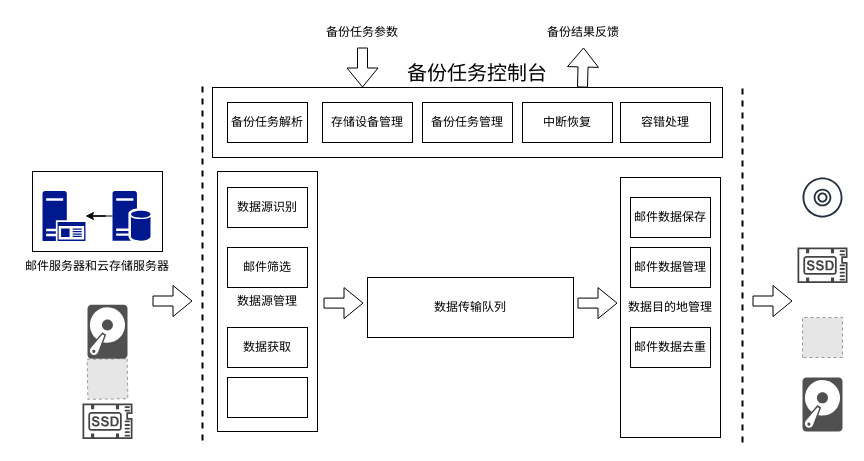
Earlier version of the draw.io diagram page "第 1 页" (1 of 2) of 第三章关键问题.drawio (GreenTee-color/Documents). Source tidied: cells renumbered, new cells numbered last; positions are measured from the earlier drawing's top-left corner, leaving out a move shared by most shapes. Both pictures are drawn from the tidied source at 100%, with x=0, y=0 at pixel (17, 17). Pictures stored in the file or linked from it are replaced by grey dashed boxes.
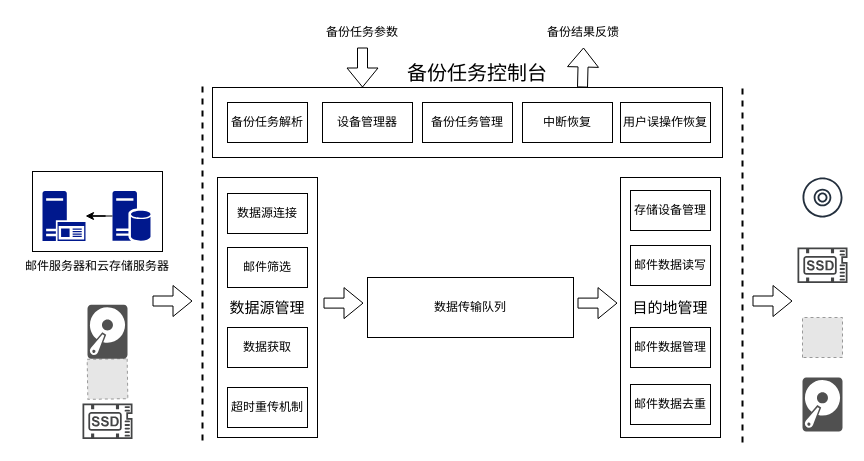
The same diagram, later.

Commit message (it also covers changes not shown here):
更新第三章关键问题.drawio

Unchanged cells that the change refers to:
```xml
<mxCell id="16" style="group;" parent="1" vertex="1">
  <mxGeometry x="603" y="160" width="100" height="260" as="geometry" />
</mxCell>
```

The edit, as a diff of the source:
```diff
@@
-    <mxCell id="17" value="数据目的地管理" style="rounded=0;whiteSpace=wrap;html=1;" parent="16" vertex="1">
+    <mxCell id="17" value="&lt;font style=&quot;font-size: 15px;&quot;&gt;目的地管理&lt;/font&gt;" style="rounded=0;whiteSpace=wrap;html=1;" parent="16" vertex="1">
       <mxGeometry width="100" height="260" as="geometry" />
     </mxCell>
-    <mxCell id="18" value="邮件数据保存" style="rounded=0;whiteSpace=wrap;html=1;" parent="16" vertex="1">
-      <mxGeometry x="10" y="20" width="80" height="40" as="geometry" />
+    <mxCell id="18" value="邮件数据读写" style="rounded=0;whiteSpace=wrap;html=1;" parent="16" vertex="1">
+      <mxGeometry x="10" y="68" width="80" height="40" as="geometry" />
     </mxCell>
     <mxCell id="19" value="邮件数据管理" style="rounded=0;whiteSpace=wrap;html=1;" parent="16" vertex="1">
-      <mxGeometry x="10" y="70" width="80" height="40" as="geometry" />
+      <mxGeometry x="10" y="150" width="80" height="40" as="geometry" />
     </mxCell>
     <mxCell id="20" value="邮件数据去重" style="rounded=0;whiteSpace=wrap;html=1;" parent="16" vertex="1">
-      <mxGeometry x="10" y="150" width="80" height="40" as="geometry" />
+      <mxGeometry x="10" y="207" width="80" height="40" as="geometry" />
     </mxCell>
+    <mxCell id="49" value="存储设备管理" style="rounded=0;whiteSpace=wrap;html=1;" parent="16" vertex="1">
+      <mxGeometry x="10" y="13" width="80" height="40" as="geometry" />
+    </mxCell>
     <mxCell id="21" style="group;" parent="1" vertex="1">
-      <mxGeometry x="200" y="154" width="100" height="260" as="geometry" />
+      <mxGeometry x="200" y="160" width="100" height="260" as="geometry" />
     </mxCell>
-    <mxCell id="22" value="数据源管理" style="rounded=0;whiteSpace=wrap;html=1;" parent="21" vertex="1">
+    <mxCell id="22" value="&lt;font style=&quot;font-size: 15px;&quot;&gt;数据源管理&lt;/font&gt;" style="rounded=0;whiteSpace=wrap;html=1;" parent="21" vertex="1">
       <mxGeometry width="100" height="260" as="geometry" />
     </mxCell>
     <mxCell id="23" value="数据获取" style="rounded=0;whiteSpace=wrap;html=1;" parent="21" vertex="1">
-      <mxGeometry x="10" y="156" width="80" height="40" as="geometry" />
+      <mxGeometry x="10" y="150" width="80" height="40" as="geometry" />
     </mxCell>
     <mxCell id="24" value="邮件筛选" style="rounded=0;whiteSpace=wrap;html=1;" parent="21" vertex="1">
-      <mxGeometry x="10" y="76" width="80" height="40" as="geometry" />
+      <mxGeometry x="10" y="70" width="80" height="40" as="geometry" />
     </mxCell>
-    <mxCell id="25" style="rounded=0;whiteSpace=wrap;html=1;" parent="21" vertex="1">
-      <mxGeometry x="10" y="206" width="80" height="40" as="geometry" />
-    </mxCell>
-    <mxCell id="26" value="数据源识别" style="rounded=0;whiteSpace=wrap;html=1;" parent="21" vertex="1">
+    <mxCell id="26" value="数据源连接" style="rounded=0;whiteSpace=wrap;html=1;" parent="21" vertex="1">
       <mxGeometry x="10" y="16" width="80" height="40" as="geometry" />
     </mxCell>
+    <mxCell id="50" value="超时重传机制" style="rounded=0;whiteSpace=wrap;html=1;" parent="21" vertex="1">
+      <mxGeometry x="10" y="210" width="80" height="40" as="geometry" />
+    </mxCell>
@@
-    <mxCell id="36" value="存储设备管理" style="rounded=0;whiteSpace=wrap;html=1;" parent="1" vertex="1">
+    <mxCell id="36" value="设备管理器" style="rounded=0;whiteSpace=wrap;html=1;" parent="1" vertex="1">
       <mxGeometry x="305" y="85" width="90" height="40" as="geometry" />
     </mxCell>
-    <mxCell id="37" value="容错处理" style="rounded=0;whiteSpace=wrap;html=1;" parent="1" vertex="1">
+    <mxCell id="37" value="用户误操作恢复" style="rounded=0;whiteSpace=wrap;html=1;" parent="1" vertex="1">
       <mxGeometry x="603" y="85" width="90" height="40" as="geometry" />
     </mxCell>
```
